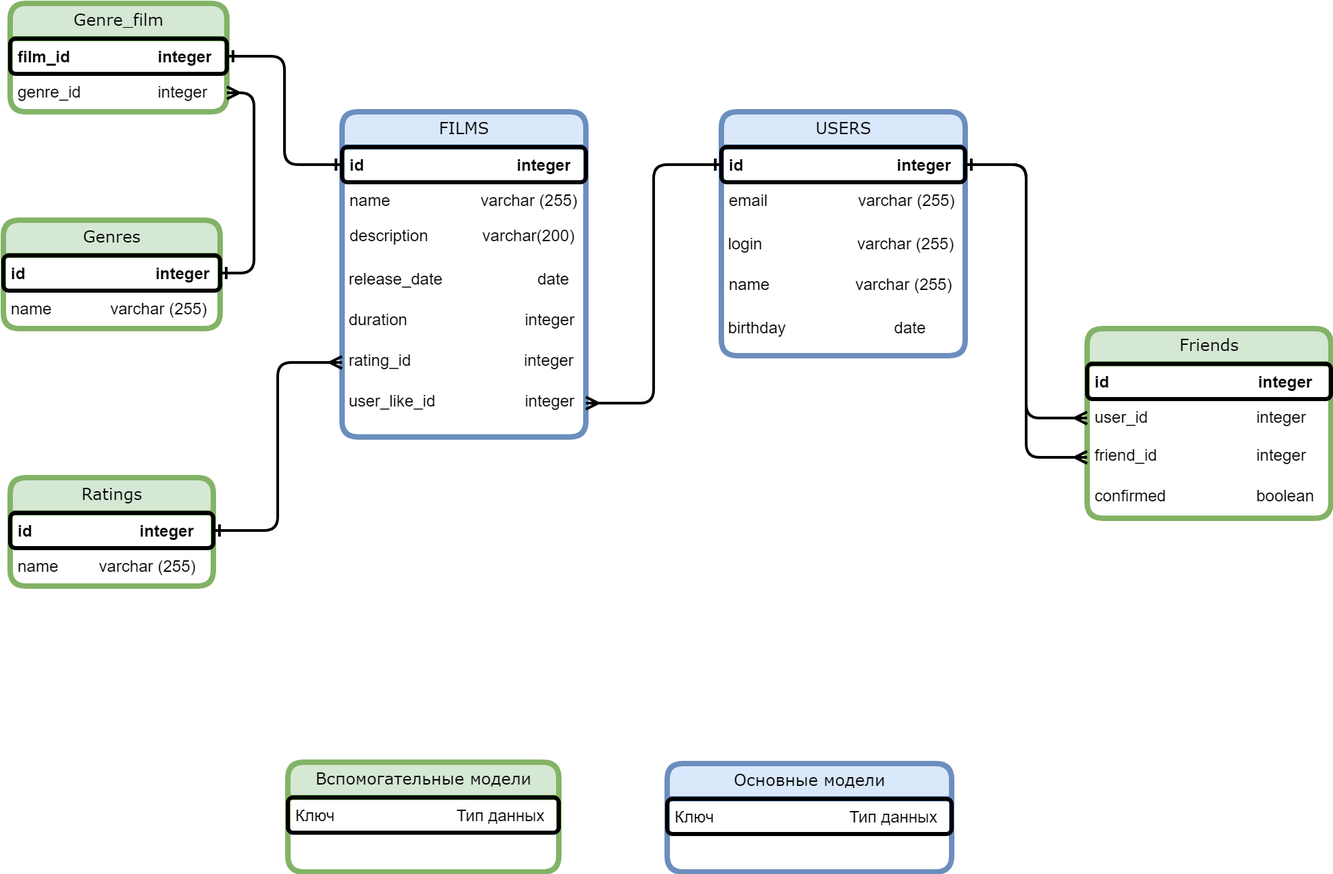
This is DataBase.png from MR-k0f31n/java-filmorate, a draw.io export, as it was before one commit. Source tidied: cells renumbered, new cells last; positions are measured from the earlier drawing's top-left corner, leaving out a move shared by most shapes.
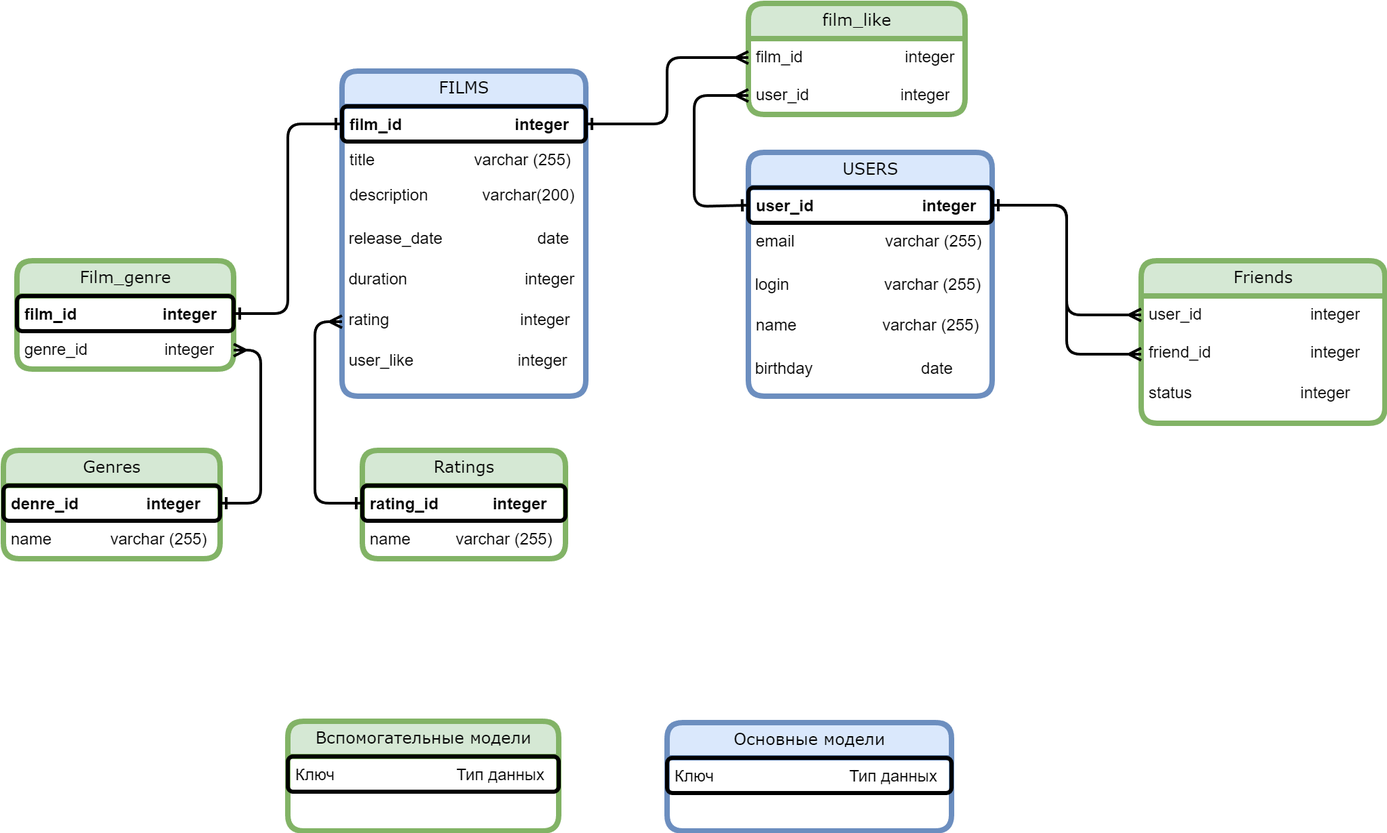
Later version of the same file.

Commit message:
Свнова ищмененая схема.

Diff of the diagram source:
```diff
@@ -5,10 +5,10 @@
     <mxCell id="2" value="FILMS" style="swimlane;html=1;fontStyle=0;horizontal=1;startSize=26;fillColor=#dae8fc;swimlaneFillColor=#ffffff;align=center;rounded=1;shadow=0;comic=0;labelBackgroundColor=none;strokeWidth=4;fontFamily=Verdana;fontSize=12;strokeColor=#6c8ebf;" parent="1" vertex="1">
       <mxGeometry x="250" y="80" width="180" height="240" as="geometry" />
     </mxCell>
-    <mxCell id="3" value="&lt;b&gt;id&amp;nbsp; &amp;nbsp; &amp;nbsp; &amp;nbsp; &amp;nbsp; &amp;nbsp; &amp;nbsp; &amp;nbsp; &amp;nbsp; &amp;nbsp; &amp;nbsp; &amp;nbsp; &amp;nbsp; &lt;span style=&quot;white-space: pre;&quot;&gt; &lt;/span&gt;&amp;nbsp; &amp;nbsp; &amp;nbsp;integer&lt;/b&gt;" style="text;html=1;strokeColor=default;fillColor=none;spacingLeft=4;spacingRight=4;whiteSpace=wrap;overflow=hidden;points=[[0,0.5],[1,0.5]];portConstraint=eastwest;strokeWidth=3;rounded=1;" parent="2" vertex="1">
+    <mxCell id="3" value="&lt;b&gt;film_id&amp;nbsp; &amp;nbsp; &amp;nbsp; &amp;nbsp; &amp;nbsp; &amp;nbsp; &amp;nbsp; &amp;nbsp; &amp;nbsp; &amp;nbsp;&lt;span style=&quot;white-space: pre;&quot;&gt; &lt;/span&gt;&amp;nbsp; &amp;nbsp; &amp;nbsp;integer&lt;/b&gt;" style="text;html=1;strokeColor=default;fillColor=none;spacingLeft=4;spacingRight=4;whiteSpace=wrap;overflow=hidden;points=[[0,0.5],[1,0.5]];portConstraint=eastwest;strokeWidth=3;rounded=1;" parent="2" vertex="1">
       <mxGeometry y="26" width="180" height="26" as="geometry" />
     </mxCell>
-    <mxCell id="4" value="name&amp;nbsp; &amp;nbsp; &amp;nbsp; &amp;nbsp; &amp;nbsp; &amp;nbsp; &amp;nbsp; &amp;nbsp; &amp;nbsp; &amp;nbsp; varchar (255)" style="text;html=1;strokeColor=none;fillColor=none;spacingLeft=4;spacingRight=4;whiteSpace=wrap;overflow=hidden;" parent="2" vertex="1">
+    <mxCell id="4" value="title&amp;nbsp; &amp;nbsp; &amp;nbsp; &amp;nbsp; &amp;nbsp; &amp;nbsp; &amp;nbsp; &amp;nbsp; &amp;nbsp; &amp;nbsp; &amp;nbsp; varchar (255)" style="text;html=1;strokeColor=none;fillColor=none;spacingLeft=4;spacingRight=4;whiteSpace=wrap;overflow=hidden;" parent="2" vertex="1">
       <mxGeometry y="52" width="180" height="26" as="geometry" />
     </mxCell>
     <mxCell id="5" value="description&amp;nbsp; &amp;nbsp; &amp;nbsp; &amp;nbsp; &amp;nbsp; &amp;nbsp; varchar(200)" style="text;html=1;strokeColor=none;fillColor=none;spacingLeft=4;spacingRight=4;whiteSpace=wrap;overflow=hidden;" parent="2" vertex="1">
@@ -20,16 +20,16 @@
     <mxCell id="7" value="&amp;nbsp;duration&amp;nbsp; &amp;nbsp; &amp;nbsp; &amp;nbsp; &amp;nbsp; &amp;nbsp; &amp;nbsp; &amp;nbsp; &amp;nbsp; &amp;nbsp; &amp;nbsp; &amp;nbsp; &amp;nbsp; integer" style="text;html=1;strokeColor=none;fillColor=none;align=left;verticalAlign=top;whiteSpace=wrap;rounded=0;" parent="2" vertex="1">
       <mxGeometry y="140" width="180" height="30" as="geometry" />
     </mxCell>
-    <mxCell id="8" value="&amp;nbsp;rating_id&amp;nbsp; &amp;nbsp; &amp;nbsp; &amp;nbsp; &amp;nbsp; &amp;nbsp; &amp;nbsp; &amp;nbsp; &amp;nbsp; &amp;nbsp; &amp;nbsp; &amp;nbsp; &amp;nbsp;integer" style="text;html=1;strokeColor=none;fillColor=none;align=left;verticalAlign=top;whiteSpace=wrap;rounded=0;" parent="2" vertex="1">
+    <mxCell id="8" value="&amp;nbsp;rating&amp;nbsp; &amp;nbsp;&amp;nbsp;&lt;span style=&quot;background-color: initial;&quot;&gt;&amp;nbsp;&amp;nbsp; &amp;nbsp; &amp;nbsp; &amp;nbsp; &amp;nbsp; &amp;nbsp; &amp;nbsp; &amp;nbsp; &amp;nbsp; &amp;nbsp; &amp;nbsp; &amp;nbsp; integer&lt;/span&gt;" style="text;html=1;strokeColor=none;fillColor=none;align=left;verticalAlign=top;whiteSpace=wrap;rounded=0;" parent="2" vertex="1">
       <mxGeometry y="170" width="180" height="30" as="geometry" />
     </mxCell>
-    <mxCell id="9" value="&amp;nbsp;user_like_id&amp;nbsp; &amp;nbsp; &amp;nbsp; &amp;nbsp; &amp;nbsp; &amp;nbsp; &lt;span style=&quot;white-space: pre;&quot;&gt; &lt;/span&gt;integer" style="text;html=1;strokeColor=none;fillColor=none;align=left;verticalAlign=top;whiteSpace=wrap;rounded=0;" parent="2" vertex="1">
+    <mxCell id="9" value="&amp;nbsp;user_like&amp;nbsp; &amp;nbsp; &amp;nbsp; &amp;nbsp; &amp;nbsp; &lt;span style=&quot;background-color: initial;&quot;&gt;&amp;nbsp; &amp;nbsp; &amp;nbsp; &amp;nbsp; &amp;nbsp; &amp;nbsp;&amp;nbsp;&lt;/span&gt;&lt;span style=&quot;background-color: initial;&quot;&gt; &lt;/span&gt;&lt;span style=&quot;background-color: initial;&quot;&gt;integer&lt;/span&gt;" style="text;html=1;strokeColor=none;fillColor=none;align=left;verticalAlign=top;whiteSpace=wrap;rounded=0;" parent="2" vertex="1">
       <mxGeometry y="200" width="180" height="30" as="geometry" />
     </mxCell>
     <mxCell id="10" value="USERS" style="swimlane;html=1;fontStyle=0;horizontal=1;startSize=26;fillColor=#dae8fc;swimlaneFillColor=#ffffff;align=center;rounded=1;shadow=0;comic=0;labelBackgroundColor=none;strokeWidth=4;fontFamily=Verdana;fontSize=12;strokeColor=#6c8ebf;" parent="1" vertex="1">
-      <mxGeometry x="530" y="80" width="180" height="180" as="geometry" />
+      <mxGeometry x="550" y="140" width="180" height="180" as="geometry" />
     </mxCell>
-    <mxCell id="11" value="&lt;b&gt;id&amp;nbsp; &amp;nbsp; &amp;nbsp; &amp;nbsp; &amp;nbsp; &amp;nbsp; &amp;nbsp; &amp;nbsp; &amp;nbsp; &amp;nbsp; &amp;nbsp; &amp;nbsp; &amp;nbsp; &amp;nbsp; &amp;nbsp; &amp;nbsp; &amp;nbsp; integer&lt;/b&gt;" style="text;html=1;strokeColor=default;fillColor=none;spacingLeft=4;spacingRight=4;whiteSpace=wrap;overflow=hidden;points=[[0,0.5],[1,0.5]];portConstraint=eastwest;strokeWidth=3;rounded=1;" parent="10" vertex="1">
+    <mxCell id="11" value="&lt;b&gt;user_id&amp;nbsp; &amp;nbsp; &amp;nbsp; &amp;nbsp; &amp;nbsp; &amp;nbsp; &amp;nbsp; &amp;nbsp; &amp;nbsp; &amp;nbsp; &amp;nbsp; &amp;nbsp; integer&lt;/b&gt;" style="text;html=1;strokeColor=default;fillColor=none;spacingLeft=4;spacingRight=4;whiteSpace=wrap;overflow=hidden;points=[[0,0.5],[1,0.5]];portConstraint=eastwest;strokeWidth=3;rounded=1;" parent="10" vertex="1">
       <mxGeometry y="26" width="180" height="26" as="geometry" />
     </mxCell>
     <mxCell id="12" value="email&amp;nbsp; &amp;nbsp; &amp;nbsp; &amp;nbsp; &amp;nbsp; &amp;nbsp; &amp;nbsp; &amp;nbsp; &amp;nbsp; &amp;nbsp; varchar (255)" style="text;html=1;strokeColor=none;fillColor=none;spacingLeft=4;spacingRight=4;whiteSpace=wrap;overflow=hidden;" parent="10" vertex="1">
@@ -45,21 +45,21 @@
       <mxGeometry y="146" width="180" height="28" as="geometry" />
     </mxCell>
     <mxCell id="16" value="Genres" style="swimlane;html=1;fontStyle=0;horizontal=1;startSize=26;fillColor=#d5e8d4;swimlaneFillColor=#ffffff;align=center;rounded=1;shadow=0;comic=0;labelBackgroundColor=none;strokeWidth=4;fontFamily=Verdana;fontSize=12;strokeColor=#82b366;" parent="1" vertex="1">
-      <mxGeometry y="160" width="160" height="80" as="geometry" />
+      <mxGeometry y="360" width="160" height="80" as="geometry" />
     </mxCell>
-    <mxCell id="17" value="&lt;b&gt;id&lt;span style=&quot;white-space: pre;&quot;&gt; &lt;/span&gt;&lt;span style=&quot;white-space: pre;&quot;&gt; &lt;/span&gt;&amp;nbsp; &amp;nbsp; &amp;nbsp; &amp;nbsp; &amp;nbsp; &amp;nbsp; &amp;nbsp; &amp;nbsp; integer&lt;/b&gt;" style="text;html=1;strokeColor=default;fillColor=none;spacingLeft=4;spacingRight=4;whiteSpace=wrap;overflow=hidden;points=[[0,0.5],[1,0.5]];portConstraint=eastwest;strokeWidth=3;rounded=1;" parent="16" vertex="1">
+    <mxCell id="17" value="&lt;b&gt;denre_id&amp;nbsp; &amp;nbsp; &amp;nbsp; &amp;nbsp; &amp;nbsp; &amp;nbsp; &amp;nbsp; &amp;nbsp;integer&lt;/b&gt;" style="text;html=1;strokeColor=default;fillColor=none;spacingLeft=4;spacingRight=4;whiteSpace=wrap;overflow=hidden;points=[[0,0.5],[1,0.5]];portConstraint=eastwest;strokeWidth=3;rounded=1;" parent="16" vertex="1">
       <mxGeometry y="26" width="160" height="26" as="geometry" />
     </mxCell>
     <mxCell id="18" value="name&amp;nbsp; &amp;nbsp; &amp;nbsp; &amp;nbsp; &amp;nbsp; &amp;nbsp; &amp;nbsp;varchar (255)" style="text;html=1;strokeColor=none;fillColor=none;spacingLeft=4;spacingRight=4;whiteSpace=wrap;overflow=hidden;" parent="16" vertex="1">
       <mxGeometry y="52" width="160" height="28" as="geometry" />
     </mxCell>
     <mxCell id="19" value="Ratings" style="swimlane;html=1;fontStyle=0;horizontal=1;startSize=26;fillColor=#d5e8d4;swimlaneFillColor=#ffffff;align=center;rounded=1;shadow=0;comic=0;labelBackgroundColor=none;strokeWidth=4;fontFamily=Verdana;fontSize=12;strokeColor=#82b366;" parent="1" vertex="1">
-      <mxGeometry x="5" y="350" width="150" height="80" as="geometry" />
+      <mxGeometry x="265" y="360" width="150" height="80" as="geometry" />
     </mxCell>
-    <mxCell id="20" value="&lt;b&gt;id&amp;nbsp; &amp;nbsp;&lt;span style=&quot;white-space: pre;&quot;&gt; &lt;/span&gt;&lt;span style=&quot;white-space: pre;&quot;&gt; &lt;/span&gt;&amp;nbsp; &amp;nbsp; &amp;nbsp; &amp;nbsp; &amp;nbsp; &amp;nbsp;integer&lt;/b&gt;" style="text;html=1;strokeColor=#000000;fillColor=none;spacingLeft=4;spacingRight=4;whiteSpace=wrap;overflow=hidden;points=[[0,0.5],[1,0.5]];portConstraint=eastwest;strokeWidth=3;rounded=1;" parent="19" vertex="1">
+    <mxCell id="20" value="&lt;b&gt;rating_id&lt;span style=&quot;white-space: pre;&quot;&gt; &lt;/span&gt;&amp;nbsp; &amp;nbsp; &amp;nbsp; &amp;nbsp; &amp;nbsp; &amp;nbsp;integer&lt;/b&gt;" style="text;html=1;strokeColor=#000000;fillColor=none;spacingLeft=4;spacingRight=4;whiteSpace=wrap;overflow=hidden;points=[[0,0.5],[1,0.5]];portConstraint=eastwest;strokeWidth=3;rounded=1;" parent="19" vertex="1">
       <mxGeometry y="26" width="150" height="26" as="geometry" />
     </mxCell>
-    <mxCell id="21" value="name&amp;nbsp; &amp;nbsp; &amp;nbsp; &amp;nbsp; &amp;nbsp;varchar (255)" style="text;html=1;strokeColor=none;fillColor=none;spacingLeft=4;spacingRight=4;whiteSpace=wrap;overflow=hidden;" parent="19" vertex="1">
+    <mxCell id="21" value="name&amp;nbsp; &amp;nbsp; &amp;nbsp; &amp;nbsp; &amp;nbsp; varchar (255)" style="text;html=1;strokeColor=none;fillColor=none;spacingLeft=4;spacingRight=4;whiteSpace=wrap;overflow=hidden;" parent="19" vertex="1">
       <mxGeometry y="52" width="150" height="26" as="geometry" />
     </mxCell>
     <mxCell id="22" value="Вспомогательные модели" style="swimlane;html=1;fontStyle=0;horizontal=1;startSize=26;fillColor=#d5e8d4;swimlaneFillColor=#ffffff;align=center;rounded=1;shadow=0;comic=0;labelBackgroundColor=none;strokeWidth=4;fontFamily=Verdana;fontSize=12;strokeColor=#82b366;" parent="1" vertex="1">
@@ -69,19 +69,16 @@
       <mxGeometry y="26" width="200" height="26" as="geometry" />
     </mxCell>
     <mxCell id="24" value="Friends" style="swimlane;html=1;fontStyle=0;horizontal=1;startSize=26;fillColor=#d5e8d4;swimlaneFillColor=#ffffff;align=center;rounded=1;shadow=0;comic=0;labelBackgroundColor=none;strokeWidth=4;fontFamily=Verdana;fontSize=12;strokeColor=#82b366;glass=0;" parent="1" vertex="1">
-      <mxGeometry x="800" y="240" width="180" height="140" as="geometry" />
+      <mxGeometry x="840" y="220" width="180" height="120" as="geometry" />
     </mxCell>
-    <mxCell id="25" value="&lt;b&gt;id&amp;nbsp; &amp;nbsp; &amp;nbsp; &amp;nbsp; &amp;nbsp; &amp;nbsp; &amp;nbsp; &amp;nbsp; &amp;nbsp; &amp;nbsp; &amp;nbsp; &amp;nbsp; &amp;nbsp; &amp;nbsp; &amp;nbsp; &amp;nbsp; &amp;nbsp;integer&lt;/b&gt;" style="text;html=1;strokeColor=default;fillColor=none;spacingLeft=4;spacingRight=4;whiteSpace=wrap;overflow=hidden;strokeWidth=3;rounded=1;" parent="24" vertex="1">
-      <mxGeometry y="26" width="180" height="26" as="geometry" />
-    </mxCell>
     <mxCell id="26" value="user_id&amp;nbsp; &amp;nbsp; &amp;nbsp; &amp;nbsp; &amp;nbsp; &amp;nbsp; &amp;nbsp; &amp;nbsp; &amp;nbsp; &amp;nbsp; &amp;nbsp; &amp;nbsp; integer" style="text;html=1;strokeColor=none;fillColor=none;spacingLeft=4;spacingRight=4;whiteSpace=wrap;overflow=hidden;points=[[0,0.5],[1,0.5]];portConstraint=eastwest;" parent="24" vertex="1">
-      <mxGeometry y="52" width="180" height="28" as="geometry" />
+      <mxGeometry y="26" width="180" height="28" as="geometry" />
     </mxCell>
     <mxCell id="27" value="friend_id&amp;nbsp; &amp;nbsp; &amp;nbsp; &amp;nbsp; &amp;nbsp; &amp;nbsp; &amp;nbsp; &amp;nbsp; &amp;nbsp; &amp;nbsp; &amp;nbsp; integer" style="text;html=1;strokeColor=none;fillColor=none;spacingLeft=4;spacingRight=4;whiteSpace=wrap;overflow=hidden;points=[[0,0.5],[1,0.5]];portConstraint=eastwest;" parent="24" vertex="1">
-      <mxGeometry y="80" width="180" height="30" as="geometry" />
+      <mxGeometry y="54" width="180" height="30" as="geometry" />
     </mxCell>
-    <mxCell id="28" value="confirmed&amp;nbsp; &amp;nbsp; &amp;nbsp; &amp;nbsp; &amp;nbsp; &amp;nbsp; &amp;nbsp; &amp;nbsp; &amp;nbsp; &amp;nbsp; boolean" style="text;html=1;strokeColor=none;fillColor=none;spacingLeft=4;spacingRight=4;whiteSpace=wrap;overflow=hidden;" parent="24" vertex="1">
-      <mxGeometry y="110" width="180" height="30" as="geometry" />
+    <mxCell id="28" value="status&amp;nbsp; &amp;nbsp; &amp;nbsp; &amp;nbsp; &amp;nbsp; &amp;nbsp; &amp;nbsp; &amp;nbsp; &amp;nbsp; &amp;nbsp;&lt;span style=&quot;white-space: pre;&quot;&gt; &amp;nbsp;&lt;/span&gt;&amp;nbsp; &amp;nbsp;integer" style="text;html=1;strokeColor=none;fillColor=none;spacingLeft=4;spacingRight=4;whiteSpace=wrap;overflow=hidden;" parent="24" vertex="1">
+      <mxGeometry y="84" width="180" height="30" as="geometry" />
     </mxCell>
     <mxCell id="29" style="edgeStyle=orthogonalEdgeStyle;rounded=1;jettySize=auto;html=1;entryX=0;entryY=0.5;entryDx=0;entryDy=0;startArrow=ERone;startFill=0;endArrow=ERmany;endFill=0;strokeWidth=2;" parent="1" edge="1" source="20" target="8">
       <mxGeometry relative="1" as="geometry" />
@@ -98,13 +95,10 @@
     <mxCell id="33" value="Ключ&amp;nbsp; &amp;nbsp; &amp;nbsp; &amp;nbsp; &amp;nbsp; &amp;nbsp; &amp;nbsp; &amp;nbsp; &amp;nbsp; &amp;nbsp; &amp;nbsp; &amp;nbsp; &amp;nbsp; &amp;nbsp; &amp;nbsp; Тип данных" style="text;html=1;strokeColor=default;fillColor=none;spacingLeft=4;spacingRight=4;whiteSpace=wrap;overflow=hidden;strokeWidth=3;rounded=1;" parent="32" vertex="1">
       <mxGeometry y="26" width="210" height="26" as="geometry" />
     </mxCell>
-    <mxCell id="34" style="edgeStyle=orthogonalEdgeStyle;rounded=1;jettySize=auto;html=1;entryX=1;entryY=0.5;entryDx=0;entryDy=0;startArrow=ERone;startFill=0;endArrow=ERmany;endFill=0;strokeWidth=2;" parent="1" edge="1" source="11" target="9">
-      <mxGeometry relative="1" as="geometry" />
-    </mxCell>
-    <mxCell id="35" value="Genre_film" style="swimlane;html=1;fontStyle=0;horizontal=1;startSize=26;fillColor=#d5e8d4;swimlaneFillColor=#ffffff;align=center;rounded=1;shadow=0;comic=0;labelBackgroundColor=none;strokeWidth=4;fontFamily=Verdana;fontSize=12;strokeColor=#82b366;" parent="1" vertex="1">
-      <mxGeometry x="5" width="160" height="80" as="geometry" />
+    <mxCell id="35" value="Film_genre" style="swimlane;html=1;fontStyle=0;horizontal=1;startSize=26;fillColor=#d5e8d4;swimlaneFillColor=#ffffff;align=center;rounded=1;shadow=0;comic=0;labelBackgroundColor=none;strokeWidth=4;fontFamily=Verdana;fontSize=12;strokeColor=#82b366;" parent="1" vertex="1">
+      <mxGeometry x="10" y="220" width="160" height="80" as="geometry" />
     </mxCell>
-    <mxCell id="36" value="&lt;b&gt;film_id&lt;span style=&quot;white-space: pre;&quot;&gt; &lt;/span&gt;&amp;nbsp; &amp;nbsp; &amp;nbsp; &amp;nbsp; &amp;nbsp; &amp;nbsp; &amp;nbsp; &amp;nbsp;integer&lt;/b&gt;" style="text;html=1;strokeColor=default;fillColor=none;spacingLeft=4;spacingRight=4;whiteSpace=wrap;overflow=hidden;points=[[0,0.5],[1,0.5]];portConstraint=eastwest;strokeWidth=3;rounded=1;" parent="35" vertex="1">
+    <mxCell id="36" value="&lt;b&gt;film_id&lt;span style=&quot;white-space: pre;&quot;&gt; &lt;/span&gt;&amp;nbsp; &amp;nbsp; &amp;nbsp; &amp;nbsp; &amp;nbsp; &amp;nbsp; &amp;nbsp; &amp;nbsp; &amp;nbsp; integer&lt;/b&gt;" style="text;html=1;strokeColor=default;fillColor=none;spacingLeft=4;spacingRight=4;whiteSpace=wrap;overflow=hidden;points=[[0,0.5],[1,0.5]];portConstraint=eastwest;strokeWidth=3;rounded=1;" parent="35" vertex="1">
       <mxGeometry y="26" width="160" height="26" as="geometry" />
     </mxCell>
     <mxCell id="37" value="genre_id&amp;nbsp; &amp;nbsp; &amp;nbsp; &amp;nbsp; &amp;nbsp; &amp;nbsp; &amp;nbsp; &amp;nbsp; &amp;nbsp;integer" style="text;html=1;strokeColor=none;fillColor=none;spacingLeft=4;spacingRight=4;whiteSpace=wrap;overflow=hidden;points=[[0,0.5],[1,0.5]];portConstraint=eastwest;" parent="35" vertex="1">
@@ -116,5 +110,25 @@
     <mxCell id="39" style="edgeStyle=orthogonalEdgeStyle;rounded=1;jettySize=auto;html=1;entryX=1;entryY=0.5;entryDx=0;entryDy=0;strokeWidth=2;startArrow=ERone;startFill=0;endArrow=ERmany;endFill=0;" parent="1" edge="1" source="17" target="37">
       <mxGeometry relative="1" as="geometry" />
     </mxCell>
+    <mxCell id="40" value="film_like" style="swimlane;html=1;fontStyle=0;horizontal=1;startSize=26;fillColor=#d5e8d4;swimlaneFillColor=#ffffff;align=center;rounded=1;shadow=0;comic=0;labelBackgroundColor=none;strokeWidth=4;fontFamily=Verdana;fontSize=12;strokeColor=#82b366;" parent="1" vertex="1">
+      <mxGeometry x="550" y="30" width="160" height="82" as="geometry" />
+    </mxCell>
+    <mxCell id="41" value="film_id&lt;span style=&quot;white-space: pre;&quot;&gt; &lt;/span&gt;&amp;nbsp; &amp;nbsp; &amp;nbsp; &amp;nbsp; &amp;nbsp; &amp;nbsp; &amp;nbsp; &amp;nbsp; &amp;nbsp;integer" style="text;html=1;strokeColor=none;fillColor=none;spacingLeft=4;spacingRight=4;whiteSpace=wrap;overflow=hidden;points=[[0,0.5],[1,0.5]];portConstraint=eastwest;" parent="40" vertex="1">
+      <mxGeometry y="26" width="160" height="28" as="geometry" />
+    </mxCell>
+    <mxCell id="42" value="user_id&lt;span style=&quot;white-space: pre;&quot;&gt; &lt;/span&gt;&amp;nbsp; &amp;nbsp; &amp;nbsp; &amp;nbsp; &amp;nbsp; &amp;nbsp; &amp;nbsp; &amp;nbsp; integer" style="text;html=1;strokeColor=none;fillColor=none;spacingLeft=4;spacingRight=4;whiteSpace=wrap;overflow=hidden;points=[[0,0.5],[1,0.5]];portConstraint=eastwest;" parent="40" vertex="1">
+      <mxGeometry y="54" width="160" height="28" as="geometry" />
+    </mxCell>
+    <mxCell id="43" style="edgeStyle=orthogonalEdgeStyle;rounded=1;jettySize=auto;html=1;entryX=0;entryY=0.5;entryDx=0;entryDy=0;strokeWidth=2;startArrow=ERone;startFill=0;endArrow=ERmany;endFill=0;" parent="1" edge="1" source="3" target="41">
+      <mxGeometry relative="1" as="geometry" />
+    </mxCell>
+    <mxCell id="44" style="edgeStyle=orthogonalEdgeStyle;rounded=1;jettySize=auto;html=1;entryX=0;entryY=0.5;entryDx=0;entryDy=0;strokeWidth=2;endArrow=ERone;endFill=0;startArrow=ERmany;startFill=0;" parent="1" edge="1" source="42" target="11">
+      <mxGeometry relative="1" as="geometry">
+        <Array as="points">
+          <mxPoint x="510" y="98" />
+          <mxPoint x="510" y="180" />
+        </Array>
+      </mxGeometry>
+    </mxCell>
   </root>
 </mxGraphModel>
```
